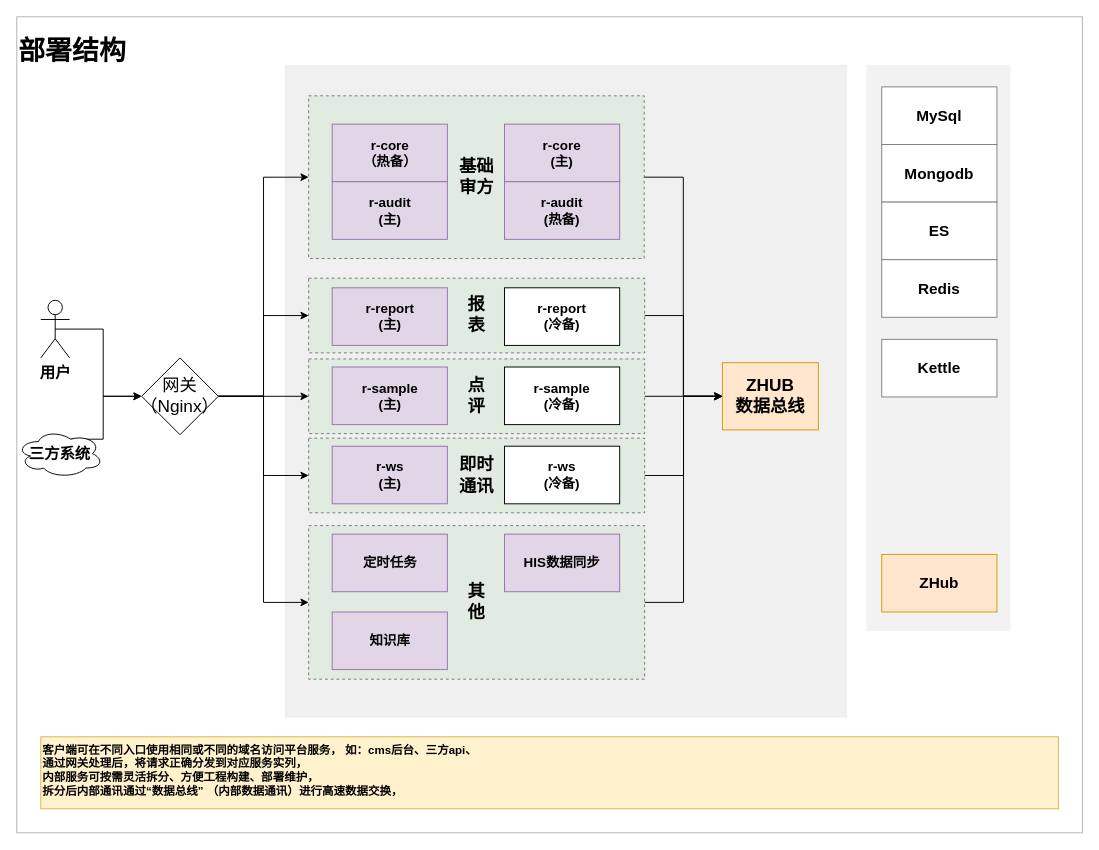
Before: page "【部署架构】" (2 of 3) of 未命名绘图.drawio in tc608/dfile, a draw.io diagram. Source tidied: cells renumbered, new cells numbered last; positions are measured from the earlier drawing's top-left corner, leaving out a move shared by most shapes. Both pictures are drawn from the tidied source at 96%, with x=0, y=0 at pixel (16, 16).
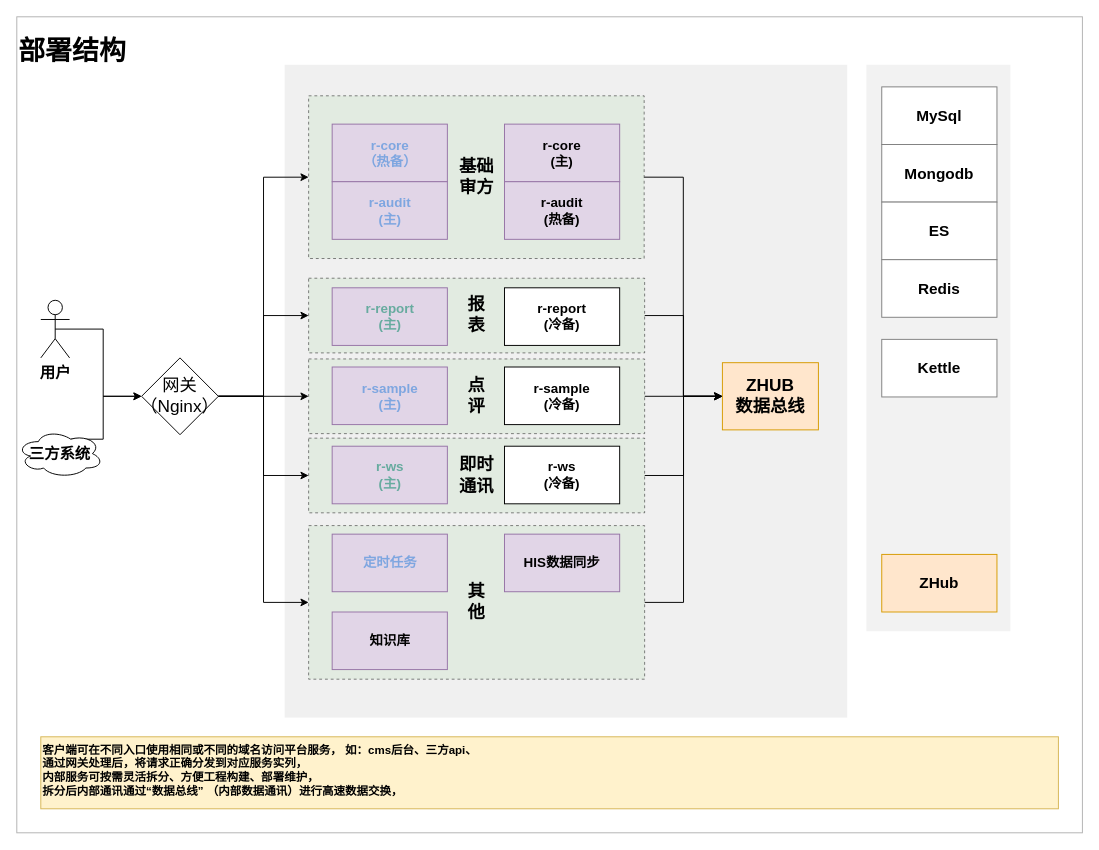
The same page after the edit.

Commit message:
更新未命名绘图.drawio

The change refers to these unchanged cells:
```xml
<mxCell id="18" style="group;fontSize=18;" parent="1" vertex="1">
  <mxGeometry x="304" y="82.3" width="350" height="434.4" as="geometry" />
</mxCell>
```

Change to the diagram source:
```diff
@@
-    <mxCell id="23" value="r-core&lt;br style=&quot;border-color: var(--border-color); font-size: 14px;&quot;&gt;（热备）" style="whiteSpace=wrap;html=1;fillColor=#e1d5e7;strokeColor=#9673a6;fontStyle=1;fontSize=14;" parent="18" vertex="1">
+    <mxCell id="23" value="r-core&lt;br style=&quot;border-color: var(--border-color); font-size: 14px;&quot;&gt;（热备）" style="whiteSpace=wrap;html=1;fillColor=#e1d5e7;strokeColor=#9673a6;fontStyle=1;fontSize=14;fontColor=#7EA6E0;" parent="18" vertex="1">
       <mxGeometry x="24.5" y="29.5" width="120" height="60" as="geometry" />
     </mxCell>
-    <mxCell id="24" value="r-audit&lt;br style=&quot;border-color: var(--border-color); font-size: 14px;&quot;&gt;(主)" style="whiteSpace=wrap;html=1;fillColor=#e1d5e7;strokeColor=#9673a6;fontStyle=1;fontSize=14;" parent="18" vertex="1">
+    <mxCell id="24" value="r-audit&lt;br style=&quot;border-color: var(--border-color); font-size: 14px;&quot;&gt;(主)" style="whiteSpace=wrap;html=1;fillColor=#e1d5e7;strokeColor=#9673a6;fontStyle=1;fontSize=14;fontColor=#7EA6E0;" parent="18" vertex="1">
       <mxGeometry x="24.5" y="89.5" width="120" height="60" as="geometry" />
     </mxCell>
-    <mxCell id="25" value="r-report&lt;br style=&quot;font-size: 14px;&quot;&gt;(主)" style="whiteSpace=wrap;html=1;fontStyle=1;fillColor=#e1d5e7;strokeColor=#9673a6;fontSize=14;" parent="18" vertex="1">
+    <mxCell id="25" value="r-report&lt;br style=&quot;font-size: 14px;&quot;&gt;(主)" style="whiteSpace=wrap;html=1;fontStyle=1;fillColor=#e1d5e7;strokeColor=#9673a6;fontSize=14;fontColor=#67AB9F;" parent="18" vertex="1">
       <mxGeometry x="24.5" y="200" width="120" height="60" as="geometry" />
     </mxCell>
-    <mxCell id="26" value="r-sample&lt;br style=&quot;border-color: var(--border-color); font-size: 14px;&quot;&gt;(主)" style="whiteSpace=wrap;html=1;fontStyle=1;fillColor=#e1d5e7;strokeColor=#9673a6;fontSize=14;" parent="18" vertex="1">
+    <mxCell id="26" value="r-sample&lt;br style=&quot;border-color: var(--border-color); font-size: 14px;&quot;&gt;(主)" style="whiteSpace=wrap;html=1;fontStyle=1;fillColor=#e1d5e7;strokeColor=#9673a6;fontSize=14;fontColor=#7EA6E0;" parent="18" vertex="1">
       <mxGeometry x="24.5" y="282.5" width="120" height="60" as="geometry" />
     </mxCell>
-    <mxCell id="27" value="r-ws&lt;br style=&quot;font-size: 14px;&quot;&gt;(主)" style="whiteSpace=wrap;html=1;fontStyle=1;fillColor=#e1d5e7;strokeColor=#9673a6;fontSize=14;" parent="18" vertex="1">
+    <mxCell id="27" value="r-ws&lt;br style=&quot;font-size: 14px;&quot;&gt;(主)" style="whiteSpace=wrap;html=1;fontStyle=1;fillColor=#e1d5e7;strokeColor=#9673a6;fontSize=14;fontColor=#67AB9F;" parent="18" vertex="1">
       <mxGeometry x="24.5" y="365" width="120" height="60" as="geometry" />
     </mxCell>
@@
-    <mxCell id="35" value="定时任务" style="whiteSpace=wrap;html=1;fontStyle=1;fillColor=#e1d5e7;strokeColor=#9673a6;fontSize=14;" parent="1" vertex="1">
+    <mxCell id="35" value="定时任务" style="whiteSpace=wrap;html=1;fontStyle=1;fillColor=#e1d5e7;strokeColor=#9673a6;fontSize=14;fontColor=#7EA6E0;" parent="1" vertex="1">
       <mxGeometry x="328.5" y="538.9" width="120" height="60" as="geometry" />
     </mxCell>
```
